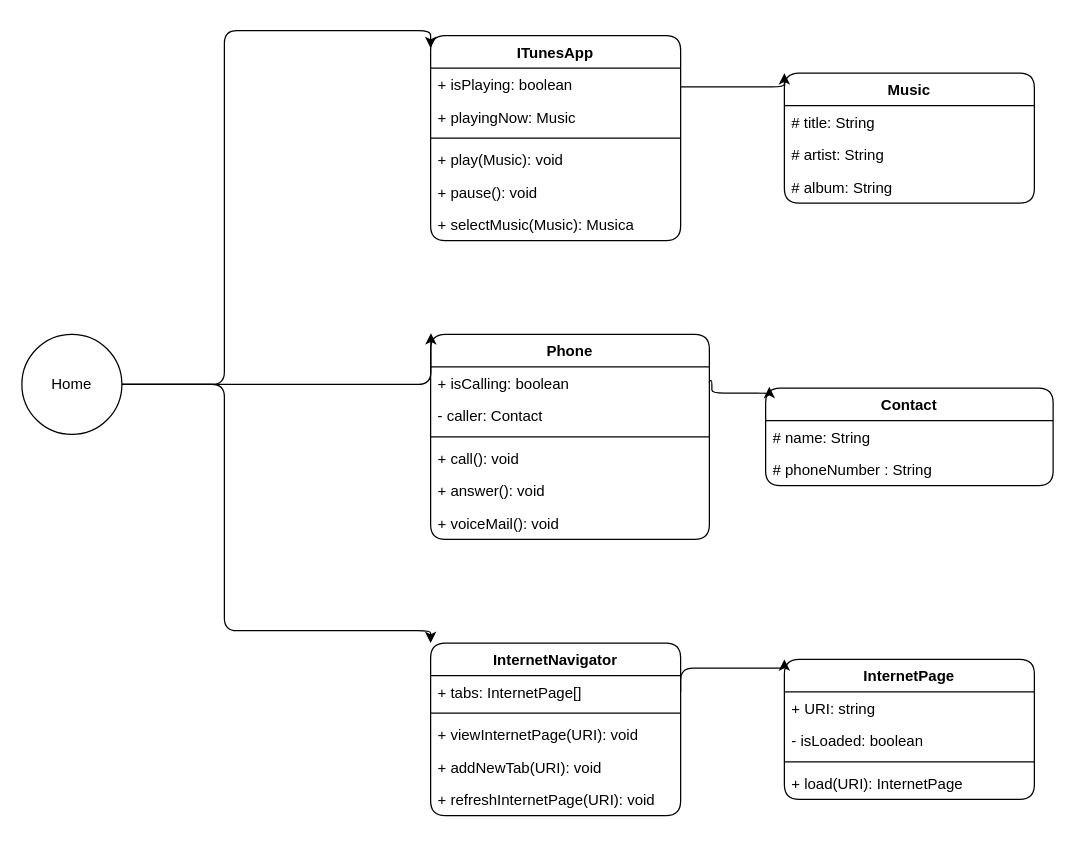
Before: desafios/poo/iphone/assets/DiagramacaoClassesIphone.drawio in digitalinnovationone/trilha-java-basico, a draw.io diagram. Source tidied: cells renumbered, new cells numbered last; positions are measured from the earlier drawing's top-left corner, leaving out a move shared by most shapes. Both pictures are drawn from the tidied source at 125%, with x=0, y=0 at pixel (21, 30).
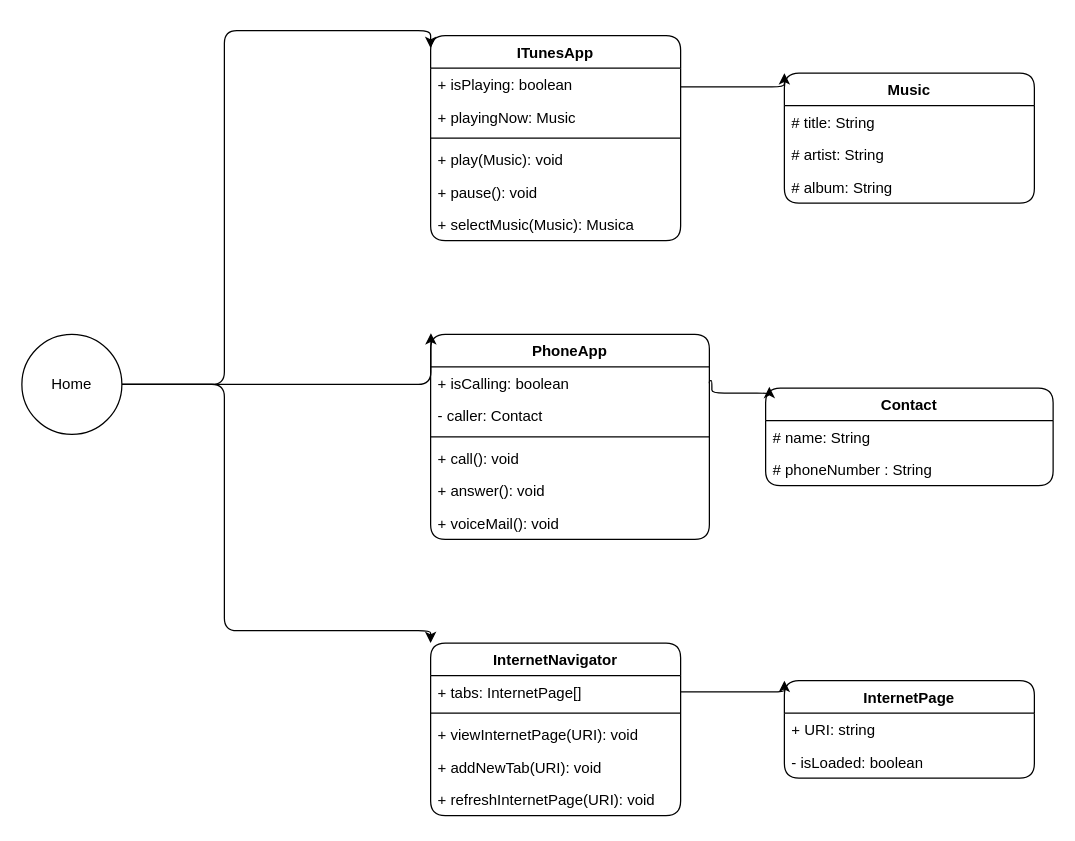
Above is the later version.

The change refers to these unchanged cells:
```xml
<mxCell id="26" value="+ tabs: InternetPage[]" style="text;strokeColor=none;fillColor=none;align=left;verticalAlign=top;spacingLeft=4;spacingRight=4;overflow=hidden;points=[[0,0.5],[1,0.5]];portConstraint=eastwest;whiteSpace=wrap;html=1;labelBackgroundColor=none;rounded=1;" parent="25" vertex="1">
  <mxGeometry y="26" width="200" height="26" as="geometry" />
</mxCell>
```

Diff of the diagram source:
```diff
@@
-    <mxCell id="14" value="Phone" style="swimlane;fontStyle=1;align=center;verticalAlign=top;horizontal=1;startSize=26;whiteSpace=wrap;html=1;labelBackgroundColor=none;rounded=1;" parent="1" vertex="1">
+    <mxCell id="14" value="PhoneApp" style="swimlane;fontStyle=1;align=center;verticalAlign=top;horizontal=1;startSize=26;whiteSpace=wrap;html=1;labelBackgroundColor=none;rounded=1;" parent="1" vertex="1">
       <mxGeometry x="327" y="243" width="223" height="164" as="geometry" />
     </mxCell>
@@
     <mxCell id="31" value="InternetPage" style="swimlane;fontStyle=1;align=center;verticalAlign=top;horizontal=1;startSize=26;whiteSpace=wrap;html=1;labelBackgroundColor=none;rounded=1;" parent="1" vertex="1">
-      <mxGeometry x="610" y="503" width="200" height="112" as="geometry" />
+      <mxGeometry x="610" y="520" width="200" height="78" as="geometry" />
     </mxCell>
@@
-    <mxCell id="34" style="line;strokeWidth=1;fillColor=none;align=left;verticalAlign=middle;spacingTop=-1;spacingLeft=3;spacingRight=3;labelPosition=right;labelBackgroundColor=none;rounded=1;" parent="31" vertex="1">
-      <mxGeometry y="78" width="200" height="8" as="geometry" />
-    </mxCell>
-    <mxCell id="35" value="+ load(URI): InternetPage" style="text;strokeColor=none;fillColor=none;align=left;verticalAlign=top;spacingLeft=4;spacingRight=4;overflow=hidden;whiteSpace=wrap;html=1;labelBackgroundColor=none;rounded=1;" parent="31" vertex="1">
-      <mxGeometry y="86" width="200" height="26" as="geometry" />
-    </mxCell>
     <mxCell id="36" style="edgeStyle=orthogonalEdgeStyle;rounded=1;jettySize=auto;html=1;entryX=0;entryY=0;entryDx=0;entryDy=0;labelBackgroundColor=none;fontColor=default;exitX=1;exitY=0.5;exitDx=0;exitDy=0;" parent="1" edge="1" source="26" target="31">
       <mxGeometry relative="1" as="geometry">
         <Array as="points">
-          <mxPoint x="527" y="510" />
-          <mxPoint x="610" y="510" />
+          <mxPoint x="610" y="529" />
         </Array>
       </mxGeometry>
     </mxCell>
```
